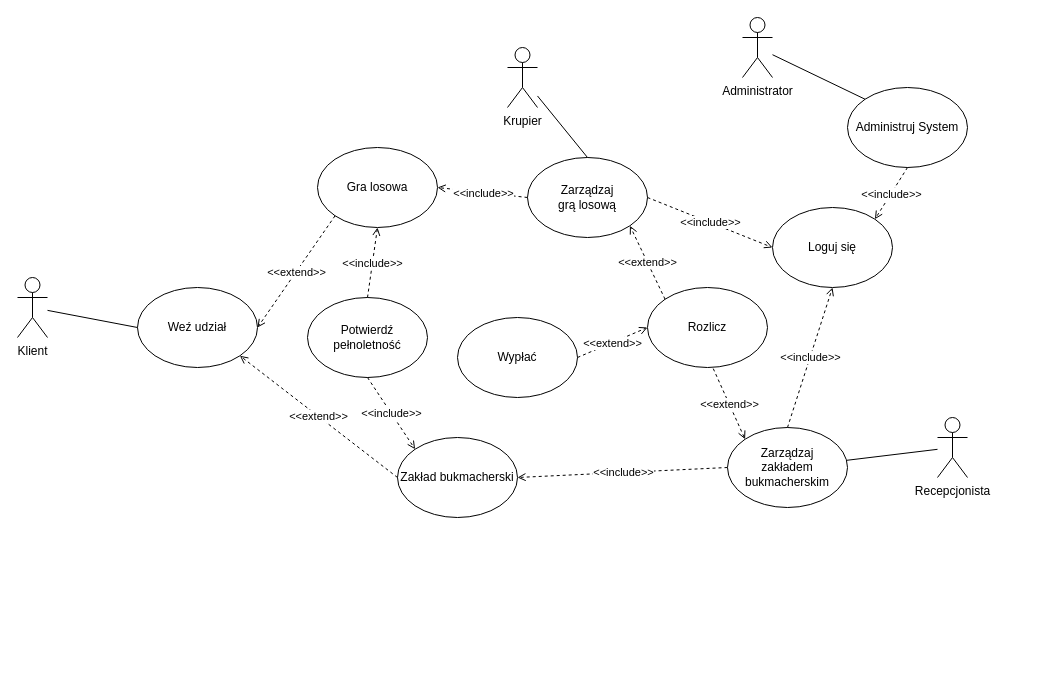
This is cw3/BukmacherDiagram.drawio from TISharker/PSI_Projekt, a draw.io file, before an edit. Source tidied: cells renumbered, new cells numbered last; positions are measured from the earlier drawing's top-left corner, leaving out a move shared by most shapes. Both pictures are drawn from the tidied source at 100%, with x=0, y=0 at pixel (17, 17).
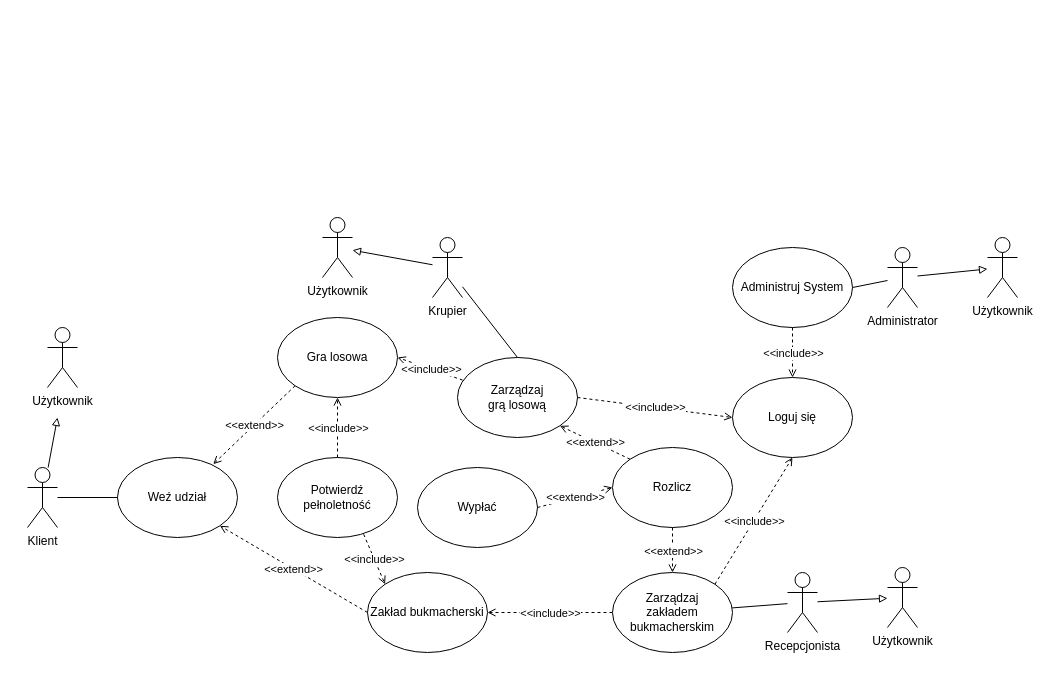
After the change.

The edit, as a diff of the source:
```diff
@@
     <mxCell id="2" value="Klient&lt;div&gt;&lt;br&gt;&lt;/div&gt;" style="shape=umlActor;verticalLabelPosition=bottom;verticalAlign=top;html=1;outlineConnect=0;" parent="1" vertex="1">
-      <mxGeometry y="260" width="30" height="60" as="geometry" />
+      <mxGeometry x="10" y="450" width="30" height="60" as="geometry" />
     </mxCell>
     <mxCell id="3" value="&lt;div&gt;Krupier&lt;/div&gt;&lt;div&gt;&lt;br&gt;&lt;/div&gt;" style="shape=umlActor;verticalLabelPosition=bottom;verticalAlign=top;html=1;outlineConnect=0;" parent="1" vertex="1">
-      <mxGeometry x="490" y="30" width="30" height="60" as="geometry" />
+      <mxGeometry x="415" y="220" width="30" height="60" as="geometry" />
     </mxCell>
     <mxCell id="4" value="&lt;div&gt;Recepcjonista&lt;/div&gt;&lt;div&gt;&lt;br&gt;&lt;/div&gt;" style="shape=umlActor;verticalLabelPosition=bottom;verticalAlign=top;html=1;outlineConnect=0;" parent="1" vertex="1">
-      <mxGeometry x="920" y="400" width="30" height="60" as="geometry" />
+      <mxGeometry x="770" y="555" width="30" height="60" as="geometry" />
     </mxCell>
     <mxCell id="5" value="&lt;div&gt;Administrator&lt;/div&gt;&lt;div&gt;&lt;br&gt;&lt;/div&gt;" style="shape=umlActor;verticalLabelPosition=bottom;verticalAlign=top;html=1;outlineConnect=0;" parent="1" vertex="1">
-      <mxGeometry x="725" width="30" height="60" as="geometry" />
+      <mxGeometry x="870" y="230" width="30" height="60" as="geometry" />
     </mxCell>
     <mxCell id="6" value="Administruj System" style="ellipse;whiteSpace=wrap;html=1;" parent="1" vertex="1">
-      <mxGeometry x="830" y="70" width="120" height="80" as="geometry" />
+      <mxGeometry x="715" y="230" width="120" height="80" as="geometry" />
     </mxCell>
     <mxCell id="7" value="Weź udział" style="ellipse;whiteSpace=wrap;html=1;" parent="1" vertex="1">
-      <mxGeometry x="120" y="270" width="120" height="80" as="geometry" />
+      <mxGeometry x="100" y="440" width="120" height="80" as="geometry" />
     </mxCell>
     <mxCell id="8" value="Zakład bukmacherski" style="ellipse;whiteSpace=wrap;html=1;" parent="1" vertex="1">
-      <mxGeometry x="380" y="420" width="120" height="80" as="geometry" />
+      <mxGeometry x="350" y="555" width="120" height="80" as="geometry" />
     </mxCell>
     <mxCell id="9" value="Gra losowa" style="ellipse;whiteSpace=wrap;html=1;" parent="1" vertex="1">
-      <mxGeometry x="300" y="130" width="120" height="80" as="geometry" />
+      <mxGeometry x="260" y="300" width="120" height="80" as="geometry" />
     </mxCell>
-    <mxCell id="10" style="endArrow=open;html=1;rounded=0;entryX=1;entryY=0.5;entryDx=0;entryDy=0;dashed=1;endFill=0;exitX=0;exitY=1;exitDx=0;exitDy=0;" parent="1" edge="1" source="9" target="7">
+    <mxCell id="10" style="endArrow=open;html=1;rounded=0;entryX=0.798;entryY=0.083;entryDx=0;entryDy=0;dashed=1;endFill=0;exitX=0;exitY=1;exitDx=0;exitDy=0;entryPerimeter=0;" parent="1" edge="1" source="9" target="7">
       <mxGeometry relative="1" as="geometry" />
     </mxCell>
@@
     <mxCell id="15" value="Rozlicz" style="ellipse;whiteSpace=wrap;html=1;" parent="1" vertex="1">
-      <mxGeometry x="630" y="270" width="120" height="80" as="geometry" />
+      <mxGeometry x="595" y="430" width="120" height="80" as="geometry" />
     </mxCell>
     <mxCell id="16" value="Wypłać" style="ellipse;whiteSpace=wrap;html=1;" parent="1" vertex="1">
-      <mxGeometry x="440" y="300" width="120" height="80" as="geometry" />
+      <mxGeometry x="400" y="450" width="120" height="80" as="geometry" />
     </mxCell>
@@
     <mxCell id="22" value="Zarządzaj&lt;div&gt;zakładem bukmacherskim&lt;/div&gt;" style="ellipse;whiteSpace=wrap;html=1;" parent="1" vertex="1">
-      <mxGeometry x="710" y="410" width="120" height="80" as="geometry" />
+      <mxGeometry x="595" y="555" width="120" height="80" as="geometry" />
     </mxCell>
     <mxCell id="23" value="Zarządzaj&lt;div&gt;grą losową&lt;/div&gt;" style="ellipse;whiteSpace=wrap;html=1;" parent="1" vertex="1">
-      <mxGeometry x="510" y="140" width="120" height="80" as="geometry" />
+      <mxGeometry x="440" y="340" width="120" height="80" as="geometry" />
     </mxCell>
-    <mxCell id="24" style="endArrow=open;html=1;rounded=0;entryX=1;entryY=0.5;entryDx=0;entryDy=0;endFill=0;dashed=1;exitX=0;exitY=0.5;exitDx=0;exitDy=0;" parent="1" edge="1" source="23" target="9">
+    <mxCell id="24" style="endArrow=open;html=1;rounded=0;entryX=1;entryY=0.5;entryDx=0;entryDy=0;endFill=0;dashed=1;exitX=0.043;exitY=0.283;exitDx=0;exitDy=0;exitPerimeter=0;" parent="1" edge="1" source="23" target="9">
       <mxGeometry relative="1" as="geometry" />
     </mxCell>
@@
-    <mxCell id="26" style="endArrow=open;html=1;rounded=0;exitX=0.548;exitY=1.014;exitDx=0;exitDy=0;dashed=1;endFill=0;entryX=0;entryY=0;entryDx=0;entryDy=0;exitPerimeter=0;" parent="1" edge="1" source="15" target="22">
+    <mxCell id="26" style="endArrow=open;html=1;rounded=0;exitX=0.5;exitY=1;exitDx=0;exitDy=0;dashed=1;endFill=0;entryX=0.5;entryY=0;entryDx=0;entryDy=0;" parent="1" edge="1" source="15" target="22">
       <mxGeometry relative="1" as="geometry" />
     </mxCell>
@@
     <mxCell id="31" value="Loguj się" style="ellipse;whiteSpace=wrap;html=1;" parent="1" vertex="1">
-      <mxGeometry x="755" y="190" width="120" height="80" as="geometry" />
+      <mxGeometry x="715" y="360" width="120" height="80" as="geometry" />
     </mxCell>
-    <mxCell id="32" style="endArrow=open;html=1;rounded=0;entryX=0.5;entryY=1;entryDx=0;entryDy=0;endFill=0;dashed=1;exitX=0.5;exitY=0;exitDx=0;exitDy=0;" parent="1" edge="1" source="22" target="31">
+    <mxCell id="32" style="endArrow=open;html=1;rounded=0;entryX=0.5;entryY=1;entryDx=0;entryDy=0;endFill=0;dashed=1;exitX=1;exitY=0;exitDx=0;exitDy=0;" parent="1" edge="1" source="22" target="31">
       <mxGeometry relative="1" as="geometry" />
     </mxCell>
@@
-    <mxCell id="36" style="endArrow=open;html=1;rounded=0;endFill=0;dashed=1;entryX=1;entryY=0;entryDx=0;entryDy=0;exitX=0.5;exitY=1;exitDx=0;exitDy=0;" parent="1" edge="1" source="6" target="31">
+    <mxCell id="36" style="endArrow=open;html=1;rounded=0;endFill=0;dashed=1;entryX=0.5;entryY=0;entryDx=0;entryDy=0;exitX=0.5;exitY=1;exitDx=0;exitDy=0;" parent="1" edge="1" source="6" target="31">
       <mxGeometry relative="1" as="geometry" />
     </mxCell>
@@
-    <mxCell id="38" style="endArrow=none;html=1;rounded=0;exitX=0;exitY=0;exitDx=0;exitDy=0;" parent="1" edge="1" source="6" target="5">
+    <mxCell id="38" style="endArrow=none;html=1;rounded=0;exitX=1;exitY=0.5;exitDx=0;exitDy=0;" parent="1" edge="1" source="6" target="5">
       <mxGeometry relative="1" as="geometry" />
     </mxCell>
     <mxCell id="39" value="Potwierdź&lt;div&gt;pełnoletność&lt;/div&gt;" style="ellipse;whiteSpace=wrap;html=1;" parent="1" vertex="1">
-      <mxGeometry x="290" y="280" width="120" height="80" as="geometry" />
+      <mxGeometry x="260" y="440" width="120" height="80" as="geometry" />
     </mxCell>
@@
-    <mxCell id="42" style="endArrow=open;html=1;rounded=0;endFill=0;dashed=1;exitX=0.5;exitY=1;exitDx=0;exitDy=0;entryX=0;entryY=0;entryDx=0;entryDy=0;" parent="1" edge="1" source="39" target="8">
+    <mxCell id="42" style="endArrow=open;html=1;rounded=0;endFill=0;dashed=1;exitX=0.718;exitY=0.96;exitDx=0;exitDy=0;entryX=0;entryY=0;entryDx=0;entryDy=0;exitPerimeter=0;" parent="1" edge="1" source="39" target="8">
       <mxGeometry relative="1" as="geometry" />
     </mxCell>
@@
+    <mxCell id="44" value="&lt;div&gt;Użytkownik&lt;/div&gt;&lt;div&gt;&lt;br&gt;&lt;/div&gt;" style="shape=umlActor;verticalLabelPosition=bottom;verticalAlign=top;html=1;outlineConnect=0;" parent="1" vertex="1">
+      <mxGeometry x="970" y="220" width="30" height="60" as="geometry" />
+    </mxCell>
+    <mxCell id="45" value="&lt;div&gt;Użytkownik&lt;/div&gt;&lt;div&gt;&lt;br&gt;&lt;/div&gt;" style="shape=umlActor;verticalLabelPosition=bottom;verticalAlign=top;html=1;outlineConnect=0;" parent="1" vertex="1">
+      <mxGeometry x="305" y="200" width="30" height="60" as="geometry" />
+    </mxCell>
+    <mxCell id="46" style="endArrow=block;html=1;rounded=0;endFill=0;" parent="1" edge="1" source="3" target="45">
+      <mxGeometry relative="1" as="geometry" />
+    </mxCell>
+    <mxCell id="47" style="endArrow=block;html=1;rounded=0;endFill=0;" parent="1" edge="1" source="5" target="44">
+      <mxGeometry relative="1" as="geometry" />
+    </mxCell>
+    <mxCell id="48" value="&lt;div&gt;Użytkownik&lt;/div&gt;&lt;div&gt;&lt;br&gt;&lt;/div&gt;" style="shape=umlActor;verticalLabelPosition=bottom;verticalAlign=top;html=1;outlineConnect=0;" parent="1" vertex="1">
+      <mxGeometry x="870" y="550" width="30" height="60" as="geometry" />
+    </mxCell>
+    <mxCell id="49" style="endArrow=block;html=1;rounded=0;endFill=0;" parent="1" edge="1" source="4" target="48">
+      <mxGeometry relative="1" as="geometry" />
+    </mxCell>
+    <mxCell id="50" value="&lt;div&gt;Użytkownik&lt;/div&gt;&lt;div&gt;&lt;br&gt;&lt;/div&gt;" style="shape=umlActor;verticalLabelPosition=bottom;verticalAlign=top;html=1;" parent="1" vertex="1">
+      <mxGeometry x="30" y="310" width="30" height="60" as="geometry" />
+    </mxCell>
+    <mxCell id="51" style="endArrow=block;html=1;rounded=0;endFill=0;" parent="1" edge="1" source="2">
+      <mxGeometry relative="1" as="geometry">
+        <mxPoint x="40" y="400" as="targetPoint" />
+      </mxGeometry>
+    </mxCell>
```
